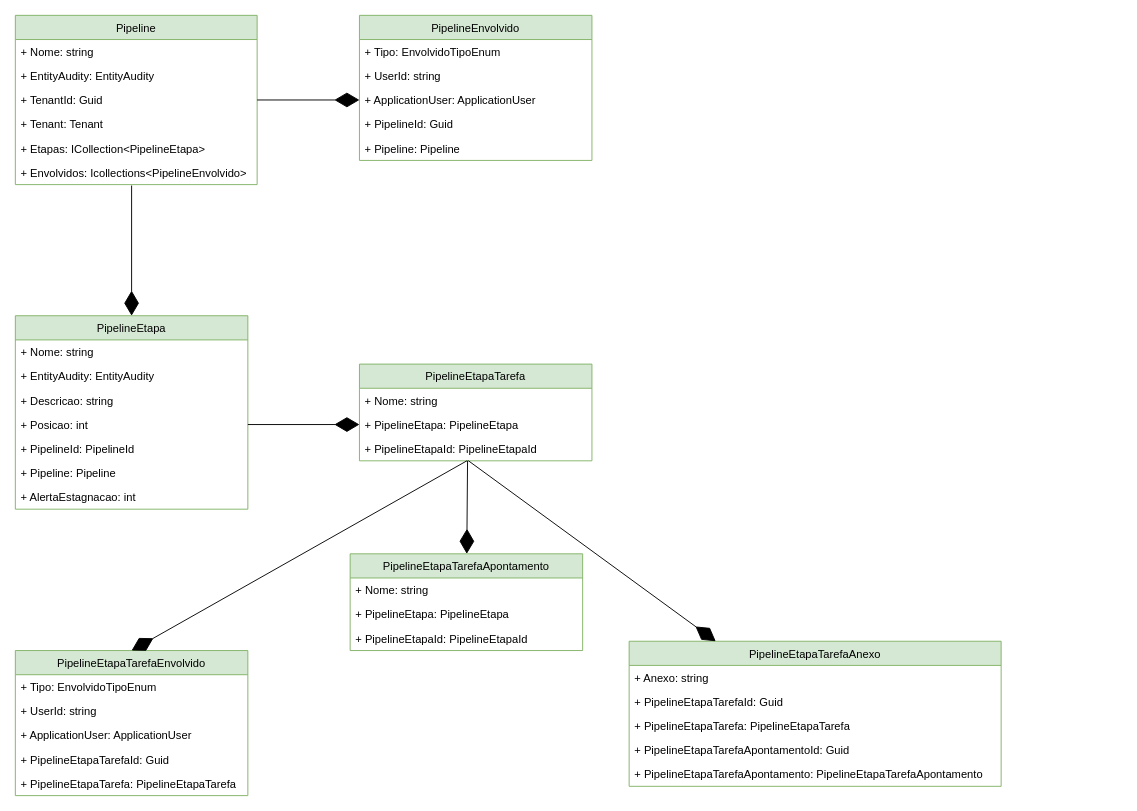
The draw.io diagram docs/Composição entidade Pipeline e suas relações.drawio in sigespweb22/boxapp-api, before the edit. Source tidied: cells renumbered, new cells numbered last; positions are measured from the earlier drawing's top-left corner, leaving out a move shared by most shapes. Both pictures are drawn from the tidied source at 93%, with x=0, y=0 at pixel (15, 15).
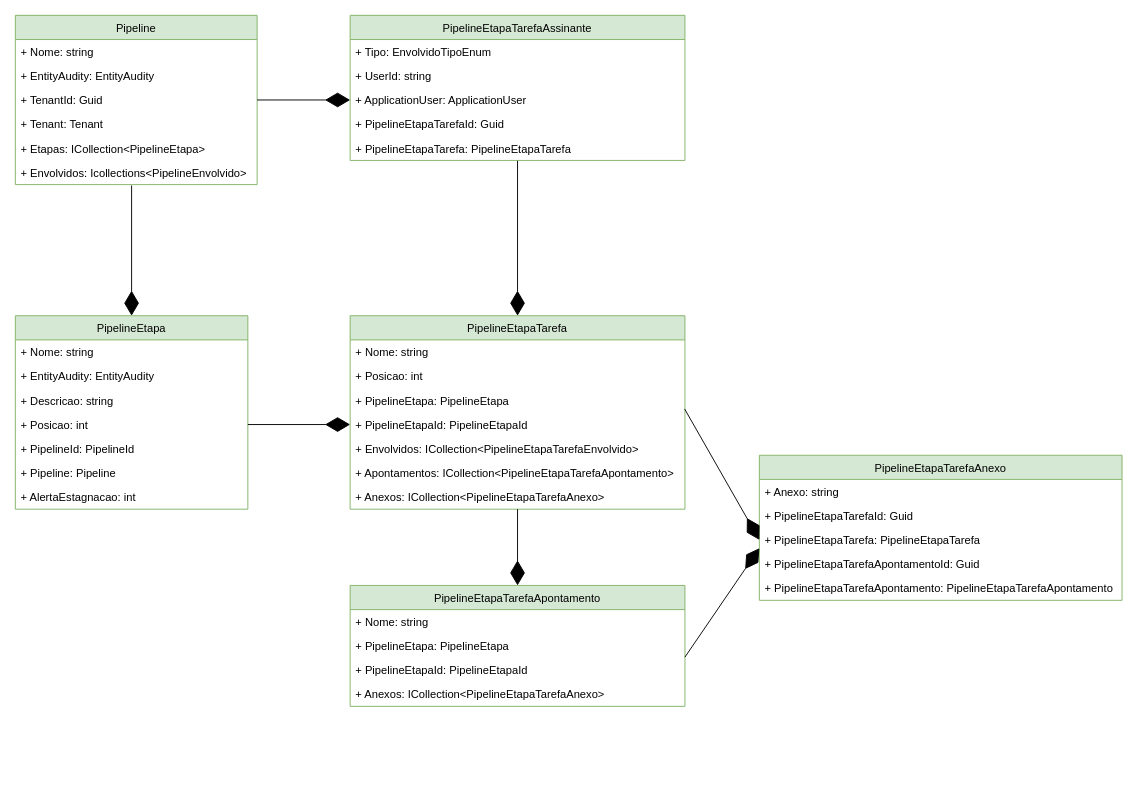
The same page after the edit.

Unchanged cells that the change refers to:
```xml
<mxCell id="5" value="+ TenantId: Guid" style="text;strokeColor=none;fillColor=none;align=left;verticalAlign=top;spacingLeft=4;spacingRight=4;overflow=hidden;points=[[0,0.5],[1,0.5]];portConstraint=eastwest;" parent="2" vertex="1">
  <mxGeometry y="78" width="260" height="26" as="geometry" />
</mxCell>
<mxCell id="13" value="+ Posicao: int" style="text;strokeColor=none;fillColor=none;align=left;verticalAlign=top;spacingLeft=4;spacingRight=4;overflow=hidden;points=[[0,0.5],[1,0.5]];portConstraint=eastwest;" parent="9" vertex="1">
  <mxGeometry y="104" width="250" height="26" as="geometry" />
</mxCell>
```

Change to the diagram source:
```diff
@@
     <mxCell id="17" value="PipelineEtapaTarefa" style="swimlane;fontStyle=0;horizontal=1;startSize=26;fillColor=#d5e8d4;strokeColor=#82b366;" parent="1" vertex="1">
-      <mxGeometry x="370" y="375" width="250" height="104" as="geometry" />
+      <mxGeometry x="360" y="323" width="360" height="208" as="geometry" />
     </mxCell>
     <mxCell id="18" value="+ Nome: string" style="text;strokeColor=none;fillColor=none;align=left;verticalAlign=top;spacingLeft=4;spacingRight=4;overflow=hidden;" parent="17" vertex="1">
-      <mxGeometry y="26" width="250" height="26" as="geometry" />
+      <mxGeometry y="26" width="360" height="26" as="geometry" />
     </mxCell>
+    <mxCell id="49" value="+ Posicao: int" style="text;strokeColor=none;fillColor=none;align=left;verticalAlign=top;spacingLeft=4;spacingRight=4;overflow=hidden;" parent="17" vertex="1">
+      <mxGeometry y="52" width="360" height="26" as="geometry" />
+    </mxCell>
     <mxCell id="19" value="+ PipelineEtapa: PipelineEtapa" style="text;strokeColor=none;fillColor=none;align=left;verticalAlign=top;spacingLeft=4;spacingRight=4;overflow=hidden;points=[[0,0.5],[1,0.5]];portConstraint=eastwest;" parent="17" vertex="1">
-      <mxGeometry y="52" width="250" height="26" as="geometry" />
+      <mxGeometry y="78" width="360" height="26" as="geometry" />
     </mxCell>
     <mxCell id="20" value="+ PipelineEtapaId: PipelineEtapaId" style="text;strokeColor=none;fillColor=none;align=left;verticalAlign=top;spacingLeft=4;spacingRight=4;overflow=hidden;points=[[0,0.5],[1,0.5]];portConstraint=eastwest;" parent="17" vertex="1">
-      <mxGeometry y="78" width="250" height="26" as="geometry" />
+      <mxGeometry y="104" width="360" height="26" as="geometry" />
     </mxCell>
-    <mxCell id="21" value="PipelineEnvolvido" style="swimlane;fontStyle=0;horizontal=1;startSize=26;fillColor=#d5e8d4;strokeColor=#82b366;" parent="1" vertex="1">
-      <mxGeometry x="370" width="250" height="156" as="geometry" />
-    </mxCell>
-    <mxCell id="22" value="+ Tipo: EnvolvidoTipoEnum" style="text;strokeColor=none;fillColor=none;align=left;verticalAlign=top;spacingLeft=4;spacingRight=4;overflow=hidden;" parent="21" vertex="1">
-      <mxGeometry y="26" width="250" height="26" as="geometry" />
-    </mxCell>
-    <mxCell id="23" value="+ UserId: string" style="text;strokeColor=none;fillColor=none;align=left;verticalAlign=top;spacingLeft=4;spacingRight=4;overflow=hidden;" parent="21" vertex="1">
-      <mxGeometry y="52" width="250" height="26" as="geometry" />
-    </mxCell>
-    <mxCell id="24" value="+ ApplicationUser: ApplicationUser" style="text;strokeColor=none;fillColor=none;align=left;verticalAlign=top;spacingLeft=4;spacingRight=4;overflow=hidden;points=[[0,0.5],[1,0.5]];portConstraint=eastwest;" parent="21" vertex="1">
-      <mxGeometry y="78" width="250" height="26" as="geometry" />
-    </mxCell>
-    <mxCell id="25" value="+ PipelineId: Guid" style="text;strokeColor=none;fillColor=none;align=left;verticalAlign=top;spacingLeft=4;spacingRight=4;overflow=hidden;" parent="21" vertex="1">
-      <mxGeometry y="104" width="250" height="26" as="geometry" />
-    </mxCell>
-    <mxCell id="26" value="+ Pipeline: Pipeline" style="text;strokeColor=none;fillColor=none;align=left;verticalAlign=top;spacingLeft=4;spacingRight=4;overflow=hidden;" parent="21" vertex="1">
-      <mxGeometry y="130" width="250" height="26" as="geometry" />
-    </mxCell>
+    <mxCell id="50" value="+ Envolvidos: ICollection&lt;PipelineEtapaTarefaEnvolvido&gt;" style="text;strokeColor=none;fillColor=none;align=left;verticalAlign=top;spacingLeft=4;spacingRight=4;overflow=hidden;" parent="17" vertex="1">
+      <mxGeometry y="130" width="360" height="26" as="geometry" />
+    </mxCell>
+    <mxCell id="51" value="+ Apontamentos: ICollection&lt;PipelineEtapaTarefaApontamento&gt;" style="text;strokeColor=none;fillColor=none;align=left;verticalAlign=top;spacingLeft=4;spacingRight=4;overflow=hidden;" parent="17" vertex="1">
+      <mxGeometry y="156" width="360" height="26" as="geometry" />
+    </mxCell>
+    <mxCell id="52" value="+ Anexos: ICollection&lt;PipelineEtapaTarefaAnexo&gt;" style="text;strokeColor=none;fillColor=none;align=left;verticalAlign=top;spacingLeft=4;spacingRight=4;overflow=hidden;" parent="17" vertex="1">
+      <mxGeometry y="182" width="360" height="26" as="geometry" />
+    </mxCell>
-    <mxCell id="27" value="PipelineEtapaTarefaEnvolvido" style="swimlane;fontStyle=0;horizontal=1;startSize=26;fillColor=#d5e8d4;strokeColor=#82b366;" parent="1" vertex="1">
-      <mxGeometry y="683" width="250" height="156" as="geometry" />
+    <mxCell id="27" value="PipelineEtapaTarefaAssinante" style="swimlane;fontStyle=0;horizontal=1;startSize=26;fillColor=#d5e8d4;strokeColor=#82b366;" parent="1" vertex="1">
+      <mxGeometry x="360" width="360" height="156" as="geometry" />
     </mxCell>
     <mxCell id="28" value="+ Tipo: EnvolvidoTipoEnum" style="text;strokeColor=none;fillColor=none;align=left;verticalAlign=top;spacingLeft=4;spacingRight=4;overflow=hidden;" parent="27" vertex="1">
-      <mxGeometry y="26" width="250" height="26" as="geometry" />
+      <mxGeometry y="26" width="360" height="26" as="geometry" />
     </mxCell>
     <mxCell id="29" value="+ UserId: string" style="text;strokeColor=none;fillColor=none;align=left;verticalAlign=top;spacingLeft=4;spacingRight=4;overflow=hidden;" parent="27" vertex="1">
-      <mxGeometry y="52" width="250" height="26" as="geometry" />
+      <mxGeometry y="52" width="360" height="26" as="geometry" />
     </mxCell>
     <mxCell id="30" value="+ ApplicationUser: ApplicationUser" style="text;strokeColor=none;fillColor=none;align=left;verticalAlign=top;spacingLeft=4;spacingRight=4;overflow=hidden;points=[[0,0.5],[1,0.5]];portConstraint=eastwest;" parent="27" vertex="1">
-      <mxGeometry y="78" width="250" height="26" as="geometry" />
+      <mxGeometry y="78" width="360" height="26" as="geometry" />
     </mxCell>
     <mxCell id="31" value="+ PipelineEtapaTarefaId: Guid" style="text;strokeColor=none;fillColor=none;align=left;verticalAlign=top;spacingLeft=4;spacingRight=4;overflow=hidden;" parent="27" vertex="1">
-      <mxGeometry y="104" width="250" height="26" as="geometry" />
+      <mxGeometry y="104" width="360" height="26" as="geometry" />
     </mxCell>
     <mxCell id="32" value="+ PipelineEtapaTarefa: PipelineEtapaTarefa" style="text;strokeColor=none;fillColor=none;align=left;verticalAlign=top;spacingLeft=4;spacingRight=4;overflow=hidden;points=[[0,0.5],[1,0.5]];portConstraint=eastwest;" parent="27" vertex="1">
-      <mxGeometry y="130" width="250" height="26" as="geometry" />
+      <mxGeometry y="130" width="360" height="26" as="geometry" />
     </mxCell>
     <mxCell id="33" value="PipelineEtapaTarefaAnexo" style="swimlane;fontStyle=0;horizontal=1;startSize=26;fillColor=#d5e8d4;strokeColor=#82b366;" parent="1" vertex="1">
-      <mxGeometry x="660" y="673" width="400" height="156" as="geometry" />
+      <mxGeometry x="800" y="473" width="390" height="156" as="geometry" />
     </mxCell>
     <mxCell id="34" value="+ Anexo: string" style="text;strokeColor=none;fillColor=none;align=left;verticalAlign=top;spacingLeft=4;spacingRight=4;overflow=hidden;" parent="33" vertex="1">
-      <mxGeometry y="26" width="400" height="26" as="geometry" />
+      <mxGeometry y="26" width="390" height="26" as="geometry" />
     </mxCell>
     <mxCell id="35" value="+ PipelineEtapaTarefaId: Guid" style="text;strokeColor=none;fillColor=none;align=left;verticalAlign=top;spacingLeft=4;spacingRight=4;overflow=hidden;" parent="33" vertex="1">
-      <mxGeometry y="52" width="400" height="26" as="geometry" />
+      <mxGeometry y="52" width="390" height="26" as="geometry" />
     </mxCell>
     <mxCell id="36" value="+ PipelineEtapaTarefa: PipelineEtapaTarefa" style="text;strokeColor=none;fillColor=none;align=left;verticalAlign=top;spacingLeft=4;spacingRight=4;overflow=hidden;points=[[0,0.5],[1,0.5]];portConstraint=eastwest;" parent="33" vertex="1">
-      <mxGeometry y="78" width="400" height="26" as="geometry" />
+      <mxGeometry y="78" width="390" height="26" as="geometry" />
     </mxCell>
     <mxCell id="37" value="+ PipelineEtapaTarefaApontamentoId: Guid" style="text;strokeColor=none;fillColor=none;align=left;verticalAlign=top;spacingLeft=4;spacingRight=4;overflow=hidden;" parent="33" vertex="1">
-      <mxGeometry y="104" width="400" height="26" as="geometry" />
+      <mxGeometry y="104" width="390" height="26" as="geometry" />
     </mxCell>
     <mxCell id="38" value="+ PipelineEtapaTarefaApontamento: PipelineEtapaTarefaApontamento" style="text;strokeColor=none;fillColor=none;align=left;verticalAlign=top;spacingLeft=4;spacingRight=4;overflow=hidden;" parent="33" vertex="1">
-      <mxGeometry y="130" width="400" height="26" as="geometry" />
+      <mxGeometry y="130" width="390" height="26" as="geometry" />
     </mxCell>
     <mxCell id="39" value="PipelineEtapaTarefaApontamento" style="swimlane;fontStyle=0;horizontal=1;startSize=26;fillColor=#d5e8d4;strokeColor=#82b366;" parent="1" vertex="1">
-      <mxGeometry x="360" y="579" width="250" height="104" as="geometry" />
+      <mxGeometry x="360" y="613" width="360" height="130" as="geometry" />
     </mxCell>
     <mxCell id="40" value="+ Nome: string" style="text;strokeColor=none;fillColor=none;align=left;verticalAlign=top;spacingLeft=4;spacingRight=4;overflow=hidden;" parent="39" vertex="1">
-      <mxGeometry y="26" width="250" height="26" as="geometry" />
+      <mxGeometry y="26" width="360" height="26" as="geometry" />
     </mxCell>
     <mxCell id="41" value="+ PipelineEtapa: PipelineEtapa" style="text;strokeColor=none;fillColor=none;align=left;verticalAlign=top;spacingLeft=4;spacingRight=4;overflow=hidden;points=[[0,0.5],[1,0.5]];portConstraint=eastwest;" parent="39" vertex="1">
-      <mxGeometry y="52" width="250" height="26" as="geometry" />
+      <mxGeometry y="52" width="360" height="26" as="geometry" />
     </mxCell>
     <mxCell id="42" value="+ PipelineEtapaId: PipelineEtapaId" style="text;strokeColor=none;fillColor=none;align=left;verticalAlign=top;spacingLeft=4;spacingRight=4;overflow=hidden;" parent="39" vertex="1">
-      <mxGeometry y="78" width="250" height="26" as="geometry" />
+      <mxGeometry y="78" width="360" height="26" as="geometry" />
     </mxCell>
+    <mxCell id="53" value="+ Anexos: ICollection&lt;PipelineEtapaTarefaAnexo&gt;" style="text;strokeColor=none;fillColor=none;align=left;verticalAlign=top;spacingLeft=4;spacingRight=4;overflow=hidden;" parent="39" vertex="1">
+      <mxGeometry y="104" width="360" height="26" as="geometry" />
+    </mxCell>
@@
-    <mxCell id="44" style="endArrow=diamondThin;endFill=1;endSize=24;html=1;rounded=0;exitX=1;exitY=0.5;exitDx=0;exitDy=0;" parent="1" edge="1" source="5" target="24">
-      <mxGeometry relative="1" as="geometry" />
-    </mxCell>
-    <mxCell id="45" style="endArrow=diamondThin;endFill=1;endSize=24;html=1;rounded=0;entryX=0;entryY=0.5;entryDx=0;entryDy=0;exitX=1;exitY=0.5;exitDx=0;exitDy=0;" parent="1" edge="1" source="13" target="19">
+    <mxCell id="45" style="endArrow=diamondThin;endFill=1;endSize=24;html=1;rounded=0;exitX=1;exitY=0.5;exitDx=0;exitDy=0;entryX=0;entryY=0.5;entryDx=0;entryDy=0;" parent="1" edge="1" source="13" target="20">
       <mxGeometry relative="1" as="geometry" />
     </mxCell>
-    <mxCell id="46" style="endArrow=diamondThin;endFill=1;endSize=24;html=1;rounded=0;entryX=0.5;entryY=0;entryDx=0;entryDy=0;exitX=0.463;exitY=0.995;exitDx=0;exitDy=0;exitPerimeter=0;" parent="1" edge="1" source="20" target="27">
+    <mxCell id="46" style="endArrow=diamondThin;endFill=1;endSize=24;html=1;rounded=0;entryX=0.5;entryY=0;entryDx=0;entryDy=0;exitX=0.5;exitY=1.015;exitDx=0;exitDy=0;exitPerimeter=0;" parent="1" edge="1" source="32" target="17">
       <mxGeometry relative="1" as="geometry" />
     </mxCell>
-    <mxCell id="47" style="endArrow=diamondThin;endFill=1;endSize=24;html=1;rounded=0;exitX=0.468;exitY=0.993;exitDx=0;exitDy=0;exitPerimeter=0;" parent="1" edge="1" source="20" target="33">
+    <mxCell id="47" style="endArrow=diamondThin;endFill=1;endSize=24;html=1;rounded=0;entryX=0;entryY=0.5;entryDx=0;entryDy=0;exitX=0.999;exitY=0.855;exitDx=0;exitDy=0;exitPerimeter=0;" parent="1" edge="1" source="19" target="36">
       <mxGeometry relative="1" as="geometry" />
     </mxCell>
-    <mxCell id="48" style="endArrow=diamondThin;endFill=1;endSize=24;html=1;rounded=0;exitX=0.465;exitY=0.999;exitDx=0;exitDy=0;exitPerimeter=0;" parent="1" edge="1" source="20" target="39">
-      <mxGeometry relative="1" as="geometry" />
+    <mxCell id="48" style="endArrow=diamondThin;endFill=1;endSize=24;html=1;rounded=0;exitX=0.5;exitY=1;exitDx=0;exitDy=0;" parent="1" edge="1" source="17">
+      <mxGeometry relative="1" as="geometry">
+        <mxPoint x="540" y="613" as="targetPoint" />
+      </mxGeometry>
     </mxCell>
+    <mxCell id="54" style="endArrow=diamondThin;endFill=1;endSize=24;html=1;rounded=0;exitX=1;exitY=0.964;exitDx=0;exitDy=0;entryX=0;entryY=0.846;entryDx=0;entryDy=0;entryPerimeter=0;exitPerimeter=0;" parent="1" edge="1" source="41" target="36">
+      <mxGeometry relative="1" as="geometry" />
+    </mxCell>
+    <mxCell id="44" style="endArrow=diamondThin;endFill=1;endSize=24;html=1;rounded=0;exitX=1;exitY=0.5;exitDx=0;exitDy=0;entryX=0;entryY=0.5;entryDx=0;entryDy=0;" parent="1" edge="1" source="5" target="30">
+      <mxGeometry relative="1" as="geometry" />
+    </mxCell>
```
